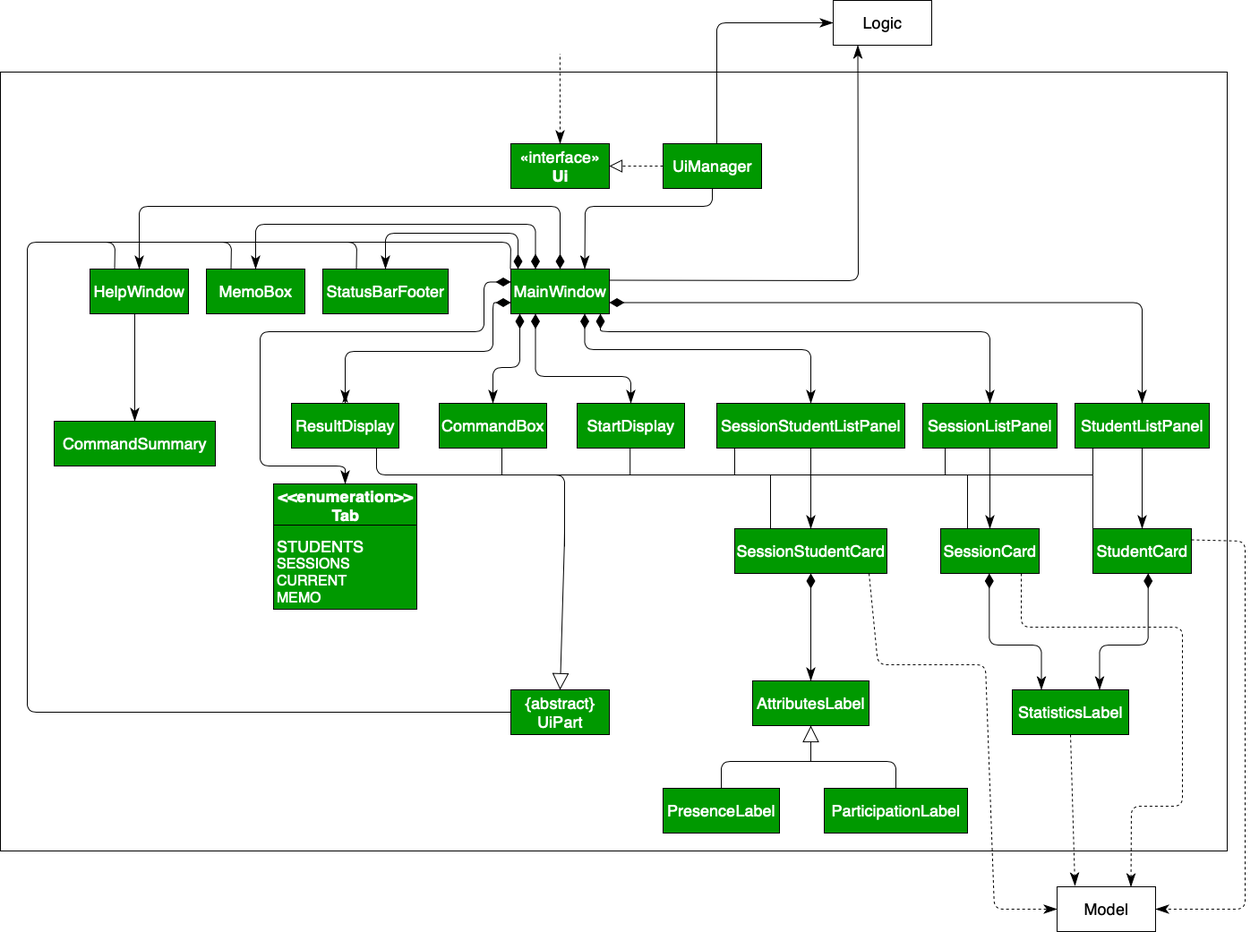
Above: docs/images/developer-guide/3.2.1-UiClassDiagram.png in nweiyue/tp (draw.io), before the change. Source tidied: cells renumbered, new cells last; positions are measured from the earlier drawing's top-left corner, leaving out a move shared by most shapes.
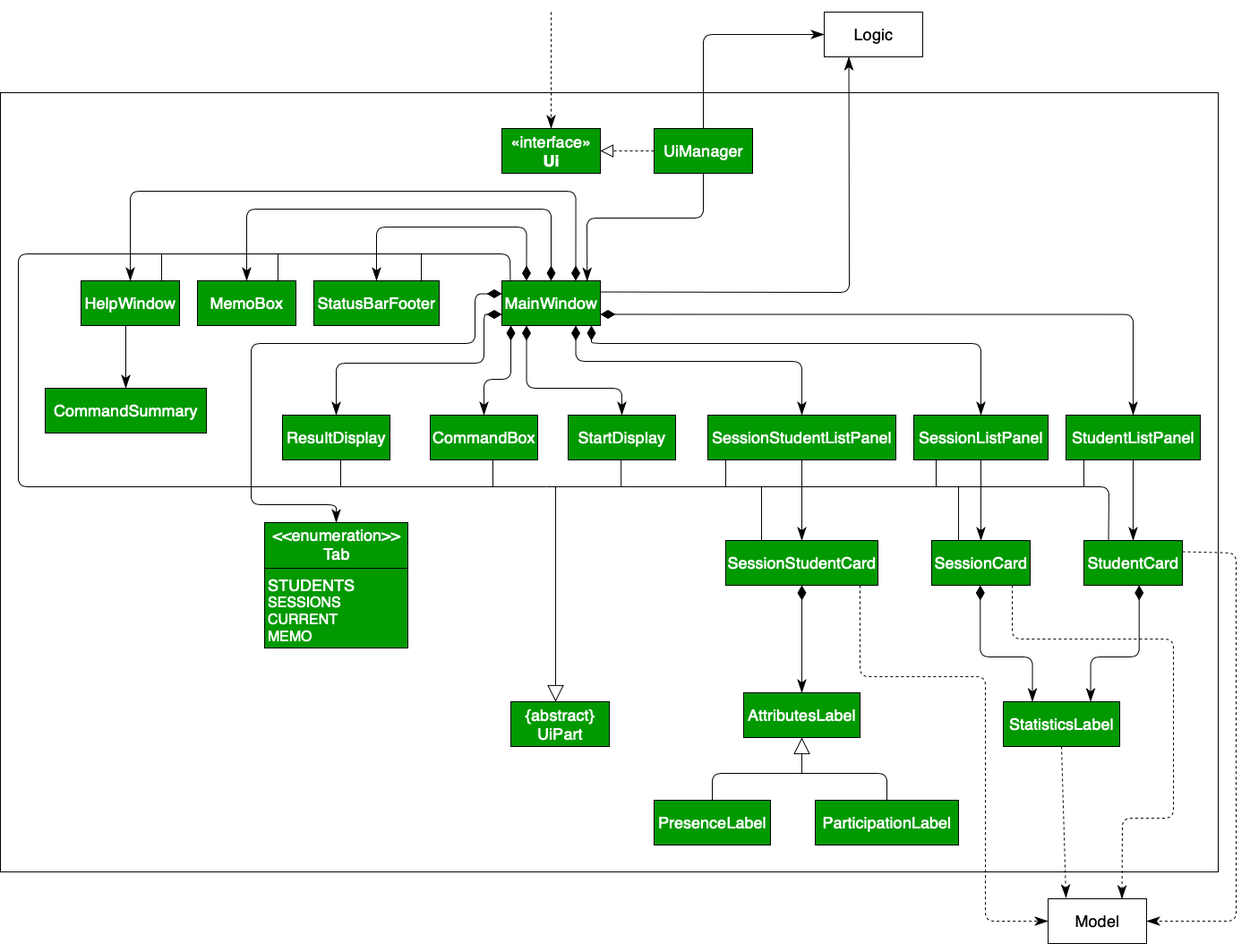
Above is the later version.

The edit, as a diff of the source:
```diff
@@ -3,24 +3,16 @@
     <mxCell id="0" />
     <mxCell id="1" parent="0" />
     <mxCell id="2" style="rounded=0;whiteSpace=none;html=1;fillColor=none;" parent="1" vertex="1">
-      <mxGeometry y="80" width="1370" height="870" as="geometry" />
+      <mxGeometry x="10" y="90" width="1360" height="870" as="geometry" />
     </mxCell>
-    <mxCell id="3" value="&lt;font color=&quot;#ffffff&quot;&gt;&lt;font style=&quot;font-size: 18px&quot;&gt;«interface»&lt;br&gt;&lt;/font&gt;&lt;b&gt;&lt;font style=&quot;font-size: 18px&quot;&gt;Ui&lt;/font&gt;&lt;/b&gt;&lt;/font&gt;" style="html=1;fillColor=#009900;shadow=0;strokeColor=#000000;" parent="1" vertex="1">
-      <mxGeometry x="570" y="160" width="110" height="50" as="geometry" />
+    <mxCell id="3" value="&lt;font color=&quot;#ffffff&quot;&gt;&lt;font style=&quot;font-size: 18px&quot;&gt;«interface»&lt;br&gt;&lt;/font&gt;&lt;font style=&quot;font-size: 18px&quot;&gt;&lt;b&gt;Ui&lt;/b&gt;&lt;/font&gt;&lt;/font&gt;" style="html=1;fillColor=#009900;shadow=0;strokeColor=#000000;" parent="1" vertex="1">
+      <mxGeometry x="570" y="130" width="110" height="50" as="geometry" />
     </mxCell>
-    <mxCell id="4" style="endArrow=none;dashed=1;html=1;" parent="1" edge="1">
-      <mxGeometry relative="1" as="geometry">
-        <mxPoint x="625" y="150" as="sourcePoint" />
-        <mxPoint x="624.9" y="60" as="targetPoint" />
-      </mxGeometry>
-    </mxCell>
-    <mxCell id="5" style="endArrow=block;dashed=1;endFill=0;endSize=12;html=1;entryX=1;entryY=0.5;entryDx=0;entryDy=0;" parent="1" edge="1" target="3">
-      <mxGeometry relative="1" as="geometry">
-        <mxPoint x="740" y="185" as="sourcePoint" />
-      </mxGeometry>
+    <mxCell id="5" style="endArrow=block;dashed=1;endFill=0;endSize=12;html=1;entryX=1;entryY=0.5;entryDx=0;entryDy=0;exitX=0;exitY=0.5;exitDx=0;exitDy=0;" parent="1" edge="1" source="6" target="3">
+      <mxGeometry relative="1" as="geometry" />
     </mxCell>
     <mxCell id="6" value="&lt;font color=&quot;#ffffff&quot; style=&quot;font-size: 18px&quot;&gt;UiManager&lt;/font&gt;" style="html=1;fillColor=#009900;strokeColor=#000000;" parent="1" vertex="1">
-      <mxGeometry x="740" y="160" width="110" height="50" as="geometry" />
+      <mxGeometry x="740" y="130" width="110" height="50" as="geometry" />
     </mxCell>
     <mxCell id="7" value="&lt;font style=&quot;font-size: 18px&quot;&gt;Logic&lt;/font&gt;" style="html=1;" parent="1" vertex="1">
       <mxGeometry x="930" width="110" height="50" as="geometry" />
@@ -38,9 +30,9 @@
         </Array>
       </mxGeometry>
     </mxCell>
-    <mxCell id="11" style="endArrow=classicThin;endFill=1;endSize=12;html=1;entryX=0.5;entryY=0;entryDx=0;entryDy=0;" parent="1" edge="1" target="3">
+    <mxCell id="11" style="endArrow=classicThin;endFill=1;endSize=12;html=1;entryX=0.5;entryY=0;entryDx=0;entryDy=0;dashed=1;" parent="1" edge="1" target="3">
       <mxGeometry relative="1" as="geometry">
-        <mxPoint x="625" y="150" as="sourcePoint" />
+        <mxPoint x="625" as="sourcePoint" />
       </mxGeometry>
     </mxCell>
     <mxCell id="12" style="endArrow=classicThin;html=1;endSize=12;startArrow=diamondThin;startSize=14;startFill=1;edgeStyle=orthogonalEdgeStyle;align=left;verticalAlign=bottom;exitX=0.75;exitY=1;exitDx=0;exitDy=0;endFill=1;entryX=0.5;entryY=0;entryDx=0;entryDy=0;" parent="1" edge="1" source="9" target="27">
@@ -58,33 +50,28 @@
         </Array>
       </mxGeometry>
     </mxCell>
-    <mxCell id="14" style="endArrow=classicThin;endFill=1;endSize=12;html=1;exitX=0.5;exitY=1;exitDx=0;exitDy=0;entryX=0.75;entryY=0;entryDx=0;entryDy=0;" parent="1" edge="1" source="6" target="9">
+    <mxCell id="14" style="endArrow=classicThin;endFill=1;endSize=12;html=1;exitX=0.5;exitY=1;exitDx=0;exitDy=0;entryX=0.866;entryY=0.007;entryDx=0;entryDy=0;entryPerimeter=0;" parent="1" edge="1" source="6" target="9">
       <mxGeometry relative="1" as="geometry">
         <Array as="points">
           <mxPoint x="795" y="230" />
-          <mxPoint x="653" y="230" />
+          <mxPoint x="665" y="230" />
         </Array>
       </mxGeometry>
     </mxCell>
     <mxCell id="15" value="&lt;font color=&quot;#ffffff&quot; style=&quot;font-size: 18px&quot;&gt;CommandBox&lt;/font&gt;" style="html=1;fillColor=#009900;strokeColor=#000000;" parent="1" vertex="1">
       <mxGeometry x="490" y="450" width="120" height="50" as="geometry" />
     </mxCell>
-    <mxCell id="16" style="edgeStyle=orthogonalEdgeStyle;rounded=0;jettySize=auto;html=1;endArrow=classicThin;endFill=1;" parent="1" edge="1" source="17">
-      <mxGeometry relative="1" as="geometry">
-        <mxPoint x="385" y="440" as="targetPoint" />
-      </mxGeometry>
-    </mxCell>
     <mxCell id="17" value="&lt;font color=&quot;#ffffff&quot; style=&quot;font-size: 18px&quot;&gt;ResultDisplay&lt;/font&gt;" style="html=1;fillColor=#009900;strokeColor=#000000;" parent="1" vertex="1">
       <mxGeometry x="325" y="450" width="120" height="50" as="geometry" />
     </mxCell>
     <mxCell id="18" value="&lt;font color=&quot;#ffffff&quot; style=&quot;font-size: 18px&quot;&gt;MemoBox&lt;/font&gt;" style="html=1;fillColor=#009900;strokeColor=#000000;" parent="1" vertex="1">
       <mxGeometry x="230" y="300" width="110" height="50" as="geometry" />
     </mxCell>
-    <mxCell id="19" style="endArrow=classicThin;html=1;endSize=12;startArrow=diamondThin;startSize=14;startFill=1;edgeStyle=orthogonalEdgeStyle;align=left;verticalAlign=bottom;entryX=0.5;entryY=0;entryDx=0;entryDy=0;exitX=0.5;exitY=0;exitDx=0;exitDy=0;endFill=1;" parent="1" edge="1" source="9" target="28">
+    <mxCell id="19" style="endArrow=classicThin;html=1;endSize=12;startArrow=diamondThin;startSize=14;startFill=1;edgeStyle=orthogonalEdgeStyle;align=left;verticalAlign=bottom;entryX=0.5;entryY=0;entryDx=0;entryDy=0;exitX=0.75;exitY=0;exitDx=0;exitDy=0;endFill=1;" parent="1" edge="1" source="9" target="28">
       <mxGeometry x="-1" y="3" relative="1" as="geometry">
         <Array as="points">
-          <mxPoint x="625" y="230" />
-          <mxPoint x="155" y="230" />
+          <mxPoint x="652" y="200" />
+          <mxPoint x="155" y="200" />
         </Array>
       </mxGeometry>
     </mxCell>
@@ -96,20 +83,19 @@
         </Array>
       </mxGeometry>
     </mxCell>
-    <mxCell id="21" style="endArrow=classicThin;html=1;endSize=12;startArrow=diamondThin;startSize=14;startFill=1;edgeStyle=orthogonalEdgeStyle;align=left;verticalAlign=bottom;entryX=0.5;entryY=0;entryDx=0;entryDy=0;endFill=1;" parent="1" edge="1" target="25">
+    <mxCell id="21" style="endArrow=classicThin;html=1;endSize=12;startArrow=diamondThin;startSize=14;startFill=1;edgeStyle=orthogonalEdgeStyle;align=left;verticalAlign=bottom;entryX=0.5;entryY=0;entryDx=0;entryDy=0;endFill=1;exitX=0.25;exitY=0;exitDx=0;exitDy=0;" parent="1" edge="1" source="9" target="25">
       <mxGeometry x="-1" y="3" relative="1" as="geometry">
-        <mxPoint x="578" y="300" as="sourcePoint" />
         <Array as="points">
-          <mxPoint x="578" y="260" />
-          <mxPoint x="430" y="260" />
+          <mxPoint x="598" y="240" />
+          <mxPoint x="430" y="240" />
         </Array>
       </mxGeometry>
     </mxCell>
-    <mxCell id="22" style="endArrow=classicThin;html=1;endSize=12;startArrow=diamondThin;startSize=14;startFill=1;edgeStyle=orthogonalEdgeStyle;align=left;verticalAlign=bottom;entryX=0.5;entryY=0;entryDx=0;entryDy=0;exitX=0.25;exitY=0;exitDx=0;exitDy=0;endFill=1;" parent="1" edge="1" source="9" target="18">
+    <mxCell id="22" style="endArrow=classicThin;html=1;endSize=12;startArrow=diamondThin;startSize=14;startFill=1;edgeStyle=orthogonalEdgeStyle;align=left;verticalAlign=bottom;entryX=0.5;entryY=0;entryDx=0;entryDy=0;exitX=0.5;exitY=0;exitDx=0;exitDy=0;endFill=1;" parent="1" edge="1" source="9" target="18">
       <mxGeometry x="-1" y="3" relative="1" as="geometry">
         <Array as="points">
-          <mxPoint x="598" y="250" />
-          <mxPoint x="285" y="250" />
+          <mxPoint x="625" y="220" />
+          <mxPoint x="285" y="220" />
         </Array>
       </mxGeometry>
     </mxCell>
@@ -162,11 +148,11 @@
       <mxGeometry x="-1" y="3" relative="1" as="geometry">
         <mxPoint x="570" y="314.5" as="sourcePoint" />
         <Array as="points">
-          <mxPoint x="540" y="315" />
+          <mxPoint x="540" y="314" />
           <mxPoint x="540" y="370" />
           <mxPoint x="290" y="370" />
-          <mxPoint x="290" y="520" />
-          <mxPoint x="385" y="520" />
+          <mxPoint x="290" y="550" />
+          <mxPoint x="385" y="550" />
         </Array>
       </mxGeometry>
     </mxCell>
@@ -224,11 +210,12 @@
       </mxGeometry>
     </mxCell>
     <mxCell id="44" value="&lt;font color=&quot;#ffffff&quot; style=&quot;font-size: 18px&quot;&gt;{abstract}&lt;br&gt;UiPart&lt;/font&gt;" style="html=1;fillColor=#009900;strokeColor=#000000;" parent="1" vertex="1">
-      <mxGeometry x="570" y="770" width="110" height="50" as="geometry" />
+      <mxGeometry x="580" y="770" width="110" height="50" as="geometry" />
     </mxCell>
-    <mxCell id="45" style="endArrow=block;endSize=16;endFill=0;html=1;entryX=0.5;entryY=0;entryDx=0;entryDy=0;" parent="1" edge="1" target="44">
+    <mxCell id="45" style="endArrow=block;endSize=16;endFill=0;html=1;" parent="1" edge="1">
       <mxGeometry relative="1" as="geometry">
-        <mxPoint x="630" y="570" as="sourcePoint" />
+        <mxPoint x="630" y="530" as="sourcePoint" />
+        <mxPoint x="630" y="770" as="targetPoint" />
         <Array as="points">
           <mxPoint x="630" y="600" />
         </Array>
@@ -237,14 +224,14 @@
     <mxCell id="46" value="&lt;font color=&quot;#ffffff&quot; style=&quot;font-size: 18px&quot;&gt;StudentListPanel&lt;/font&gt;" style="html=1;fillColor=#009900;strokeColor=#000000;" parent="1" vertex="1">
       <mxGeometry x="1200" y="450" width="150" height="50" as="geometry" />
     </mxCell>
-    <mxCell id="47" value="&lt;p style=&quot;margin: 0px ; margin-top: 4px ; text-align: center&quot;&gt;&lt;font color=&quot;#ffffff&quot;&gt;&lt;span&gt;&lt;b&gt;&lt;font style=&quot;font-size: 18px&quot;&gt;&amp;lt;&amp;lt;enumeration&amp;gt;&amp;gt;&lt;br&gt;&lt;/font&gt;&lt;font style=&quot;font-size: 18px&quot;&gt;Tab&lt;/font&gt;&lt;/b&gt;&lt;/span&gt;&lt;/font&gt;&lt;/p&gt;&lt;p style=&quot;margin: 0px ; margin-left: 4px&quot;&gt;&lt;font color=&quot;#ffffff&quot;&gt;&lt;span&gt;&lt;br&gt;&lt;/span&gt;&lt;/font&gt;&lt;/p&gt;&lt;p style=&quot;margin: 0px ; margin-left: 4px&quot;&gt;&lt;font color=&quot;#ffffff&quot; style=&quot;font-size: 18px&quot;&gt;&lt;span&gt;STUDENTS&lt;/span&gt;&lt;/font&gt;&lt;/p&gt;&lt;p style=&quot;margin: 0px ; margin-left: 4px&quot;&gt;&lt;font color=&quot;#ffffff&quot; size=&quot;3&quot;&gt;&lt;span&gt;SESSIONS&lt;/span&gt;&lt;/font&gt;&lt;/p&gt;&lt;p style=&quot;margin: 0px ; margin-left: 4px&quot;&gt;&lt;font color=&quot;#ffffff&quot; size=&quot;3&quot;&gt;&lt;span&gt;CURRENT&lt;/span&gt;&lt;/font&gt;&lt;/p&gt;&lt;p style=&quot;margin: 0px ; margin-left: 4px&quot;&gt;&lt;font color=&quot;#ffffff&quot; size=&quot;3&quot;&gt;&lt;span&gt;MEMO&lt;/span&gt;&lt;/font&gt;&lt;/p&gt;&lt;hr size=&quot;1&quot;&gt;&lt;p style=&quot;margin: 0px ; margin-left: 4px&quot;&gt;&lt;br&gt;&lt;/p&gt;" style="verticalAlign=top;align=left;overflow=fill;fontSize=12;fontFamily=Helvetica;html=1;shadow=0;strokeColor=#000000;fillColor=#009900;" parent="1" vertex="1">
-      <mxGeometry x="305" y="540" width="160" height="140" as="geometry" />
+    <mxCell id="47" value="&lt;p style=&quot;margin: 0px ; margin-top: 4px ; text-align: center&quot;&gt;&lt;font color=&quot;#ffffff&quot;&gt;&lt;span&gt;&lt;font style=&quot;font-size: 18px&quot;&gt;&amp;lt;&amp;lt;enumeration&amp;gt;&amp;gt;&lt;br&gt;&lt;/font&gt;&lt;font style=&quot;font-size: 18px&quot;&gt;Tab&lt;/font&gt;&lt;/span&gt;&lt;/font&gt;&lt;/p&gt;&lt;p style=&quot;margin: 0px ; margin-left: 4px&quot;&gt;&lt;font color=&quot;#ffffff&quot;&gt;&lt;span&gt;&lt;br&gt;&lt;/span&gt;&lt;/font&gt;&lt;/p&gt;&lt;p style=&quot;margin: 0px ; margin-left: 4px&quot;&gt;&lt;font color=&quot;#ffffff&quot; style=&quot;font-size: 18px&quot;&gt;&lt;span&gt;STUDENTS&lt;/span&gt;&lt;/font&gt;&lt;/p&gt;&lt;p style=&quot;margin: 0px ; margin-left: 4px&quot;&gt;&lt;font color=&quot;#ffffff&quot; size=&quot;3&quot;&gt;&lt;span&gt;SESSIONS&lt;/span&gt;&lt;/font&gt;&lt;/p&gt;&lt;p style=&quot;margin: 0px ; margin-left: 4px&quot;&gt;&lt;font color=&quot;#ffffff&quot; size=&quot;3&quot;&gt;&lt;span&gt;CURRENT&lt;/span&gt;&lt;/font&gt;&lt;/p&gt;&lt;p style=&quot;margin: 0px ; margin-left: 4px&quot;&gt;&lt;font color=&quot;#ffffff&quot; size=&quot;3&quot;&gt;&lt;span&gt;MEMO&lt;/span&gt;&lt;/font&gt;&lt;/p&gt;&lt;hr size=&quot;1&quot;&gt;&lt;p style=&quot;margin: 0px ; margin-left: 4px&quot;&gt;&lt;br&gt;&lt;/p&gt;" style="verticalAlign=top;align=left;overflow=fill;fontSize=12;fontFamily=Helvetica;html=1;shadow=0;strokeColor=#000000;fillColor=#009900;" parent="1" vertex="1">
+      <mxGeometry x="305" y="570" width="160" height="140" as="geometry" />
     </mxCell>
     <mxCell id="48" style="line;strokeWidth=1;fillColor=none;align=left;verticalAlign=middle;spacingTop=-1;spacingLeft=3;spacingRight=3;labelPosition=right;shadow=0;strokeColor=#000000;" parent="1" vertex="1">
-      <mxGeometry x="305" y="582" width="160" height="8" as="geometry" />
+      <mxGeometry x="305" y="617" width="160" height="8" as="geometry" />
     </mxCell>
     <mxCell id="49" value="&lt;font color=&quot;#ffffff&quot; style=&quot;font-size: 18px&quot;&gt;CommandSummary&lt;/font&gt;" style="html=1;fillColor=#009900;strokeColor=#000000;" parent="1" vertex="1">
-      <mxGeometry x="60" y="470" width="180" height="50" as="geometry" />
+      <mxGeometry x="60" y="420" width="180" height="50" as="geometry" />
     </mxCell>
     <mxCell id="50" style="endArrow=classicThin;endFill=1;endSize=12;html=1;entryX=0.5;entryY=0;entryDx=0;entryDy=0;" parent="1" edge="1" target="49">
       <mxGeometry relative="1" as="geometry">
@@ -269,8 +256,8 @@
       <mxGeometry relative="1" as="geometry">
         <mxPoint x="970" y="640" as="sourcePoint" />
         <Array as="points">
-          <mxPoint x="980" y="742" />
-          <mxPoint x="1100" y="742" />
+          <mxPoint x="970" y="742" />
+          <mxPoint x="1110" y="742" />
           <mxPoint x="1110" y="1015" />
         </Array>
       </mxGeometry>
@@ -296,11 +283,10 @@
         </Array>
       </mxGeometry>
     </mxCell>
-    <mxCell id="58" style="endArrow=classicThin;endFill=1;endSize=12;html=1;entryX=0;entryY=0.5;entryDx=0;entryDy=0;" parent="1" edge="1" target="7">
+    <mxCell id="58" style="endArrow=classicThin;endFill=1;endSize=12;html=1;entryX=0;entryY=0.5;entryDx=0;entryDy=0;exitX=0.5;exitY=0;exitDx=0;exitDy=0;" parent="1" edge="1" source="6" target="7">
       <mxGeometry relative="1" as="geometry">
-        <mxPoint x="800" y="160" as="sourcePoint" />
         <Array as="points">
-          <mxPoint x="800" y="25" />
+          <mxPoint x="795" y="25" />
         </Array>
       </mxGeometry>
     </mxCell>
@@ -309,58 +295,28 @@
         <mxPoint x="1200" y="989" as="targetPoint" />
       </mxGeometry>
     </mxCell>
-    <mxCell id="60" style="endArrow=none;endSize=16;endFill=0;html=1;exitX=0.25;exitY=0;exitDx=0;exitDy=0;entryX=0;entryY=0.5;entryDx=0;entryDy=0;" parent="1" edge="1" source="28" target="44">
+    <mxCell id="60" style="endArrow=none;endSize=16;endFill=0;html=1;" parent="1" edge="1">
       <mxGeometry relative="1" as="geometry">
+        <mxPoint x="390" y="270" as="sourcePoint" />
+        <mxPoint x="620" y="530" as="targetPoint" />
         <Array as="points">
           <mxPoint x="128" y="270" />
           <mxPoint x="30" y="270" />
-          <mxPoint x="30" y="520" />
-          <mxPoint x="30" y="795" />
+          <mxPoint x="30" y="530" />
+          <mxPoint x="60" y="530" />
         </Array>
       </mxGeometry>
     </mxCell>
-    <mxCell id="61" style="endArrow=none;endSize=16;endFill=0;html=1;exitX=0.25;exitY=0;exitDx=0;exitDy=0;" parent="1" edge="1">
-      <mxGeometry relative="1" as="geometry">
-        <mxPoint x="257.5" y="300" as="sourcePoint" />
-        <mxPoint x="70" y="270" as="targetPoint" />
-        <Array as="points">
-          <mxPoint x="258" y="270" />
-          <mxPoint x="80" y="270" />
-        </Array>
-      </mxGeometry>
-    </mxCell>
-    <mxCell id="62" style="endArrow=none;endSize=16;endFill=0;html=1;exitX=0.25;exitY=0;exitDx=0;exitDy=0;" parent="1" edge="1">
-      <mxGeometry relative="1" as="geometry">
-        <mxPoint x="397.5" y="300" as="sourcePoint" />
-        <mxPoint x="210" y="270" as="targetPoint" />
-        <Array as="points">
-          <mxPoint x="398" y="270" />
-          <mxPoint x="220" y="270" />
-        </Array>
-      </mxGeometry>
-    </mxCell>
-    <mxCell id="63" style="endArrow=none;endSize=16;endFill=0;html=1;exitX=0.25;exitY=0;exitDx=0;exitDy=0;" parent="1" edge="1">
+    <mxCell id="63" style="endArrow=none;endSize=16;endFill=0;html=1;exitX=0.086;exitY=0.007;exitDx=0;exitDy=0;exitPerimeter=0;" parent="1" edge="1" source="9">
       <mxGeometry relative="1" as="geometry">
-        <mxPoint x="569.5" y="300" as="sourcePoint" />
         <mxPoint x="382" y="270" as="targetPoint" />
         <Array as="points">
-          <mxPoint x="570" y="270" />
+          <mxPoint x="579" y="270" />
           <mxPoint x="470" y="270" />
           <mxPoint x="392" y="270" />
         </Array>
       </mxGeometry>
     </mxCell>
-    <mxCell id="64" style="endArrow=none;html=1;" parent="1" edge="1">
-      <mxGeometry relative="1" as="geometry">
-        <mxPoint x="630" y="610" as="sourcePoint" />
-        <mxPoint x="420" y="500" as="targetPoint" />
-        <Array as="points">
-          <mxPoint x="630" y="530" />
-          <mxPoint x="550" y="530" />
-          <mxPoint x="420" y="530" />
-        </Array>
-      </mxGeometry>
-    </mxCell>
     <mxCell id="65" style="endArrow=none;html=1;" parent="1" edge="1">
       <mxGeometry relative="1" as="geometry">
         <mxPoint x="560" y="530" as="sourcePoint" />
@@ -397,10 +353,12 @@
         <mxPoint x="1220" y="530" as="targetPoint" />
       </mxGeometry>
     </mxCell>
-    <mxCell id="71" style="endArrow=none;html=1;" parent="1" edge="1">
+    <mxCell id="71" style="endArrow=none;html=1;exitX=0.25;exitY=0;exitDx=0;exitDy=0;" parent="1" edge="1" source="30">
       <mxGeometry relative="1" as="geometry">
-        <mxPoint x="1220" y="590" as="sourcePoint" />
         <mxPoint x="1220" y="530" as="targetPoint" />
+        <Array as="points">
+          <mxPoint x="1248" y="530" />
+        </Array>
       </mxGeometry>
     </mxCell>
     <mxCell id="72" style="endArrow=none;html=1;" parent="1" edge="1">
@@ -415,5 +373,29 @@
         <mxPoint x="860" y="530" as="targetPoint" />
       </mxGeometry>
     </mxCell>
+    <mxCell id="74" style="endArrow=none;html=1;" parent="1" edge="1">
+      <mxGeometry relative="1" as="geometry">
+        <mxPoint x="390" y="530" as="sourcePoint" />
+        <mxPoint x="390" y="500" as="targetPoint" />
+      </mxGeometry>
+    </mxCell>
+    <mxCell id="75" style="endArrow=none;html=1;" parent="1" edge="1">
+      <mxGeometry relative="1" as="geometry">
+        <mxPoint x="190" y="300" as="sourcePoint" />
+        <mxPoint x="190" y="270" as="targetPoint" />
+      </mxGeometry>
+    </mxCell>
+    <mxCell id="76" style="endArrow=none;html=1;" parent="1" edge="1">
+      <mxGeometry relative="1" as="geometry">
+        <mxPoint x="320" y="300" as="sourcePoint" />
+        <mxPoint x="320" y="270" as="targetPoint" />
+      </mxGeometry>
+    </mxCell>
+    <mxCell id="77" style="endArrow=none;html=1;" parent="1" edge="1">
+      <mxGeometry relative="1" as="geometry">
+        <mxPoint x="480" y="300" as="sourcePoint" />
+        <mxPoint x="480" y="270" as="targetPoint" />
+      </mxGeometry>
+    </mxCell>
   </root>
 </mxGraphModel>
```
